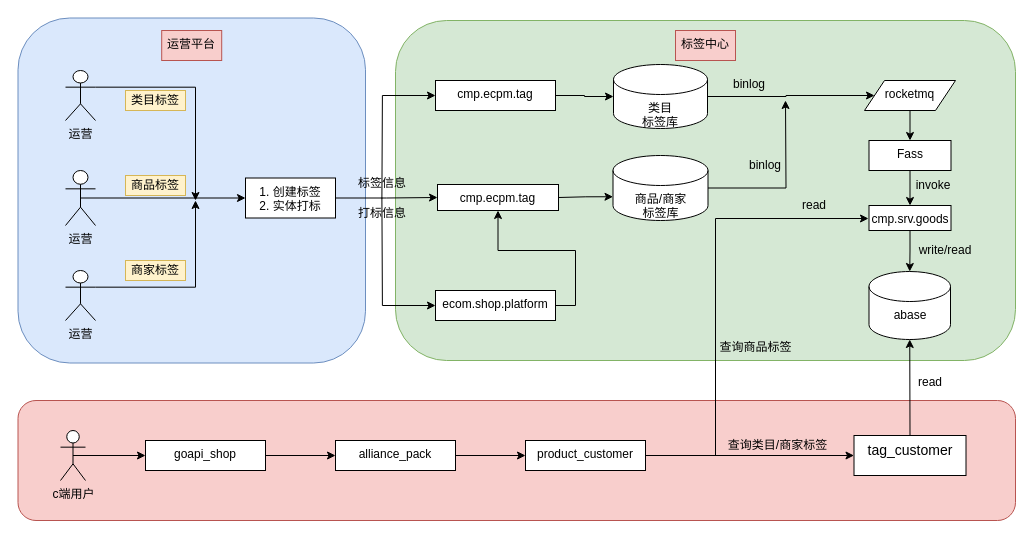
Above: 标签系统交互方式.drawio in wuwou/tools (draw.io), before the change. Source tidied: cells renumbered, new cells numbered last; positions are measured from the earlier drawing's top-left corner, leaving out a move shared by most shapes. Both pictures are drawn from the tidied source at 100%, with x=0, y=0 at pixel (17, 18).
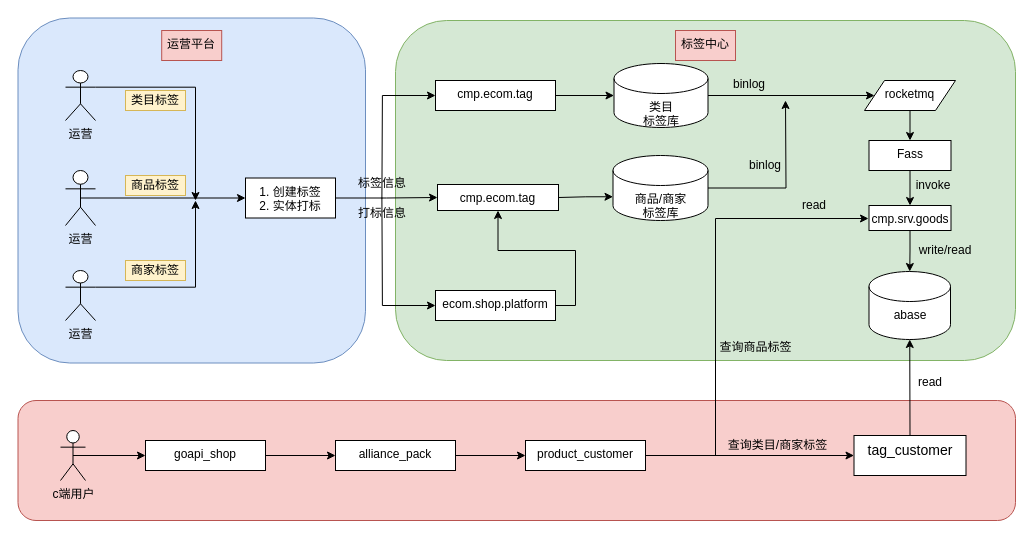
After the change.

Commit message:
Update 标签系统交互方式.drawio

Change to the diagram source:
```diff
@@
-    <mxCell id="19" value="cmp.ecpm.tag" style="rounded=0;whiteSpace=wrap;html=1;verticalAlign=top;" parent="1" vertex="1">
+    <mxCell id="19" value="cmp.ecom.tag" style="rounded=0;whiteSpace=wrap;html=1;verticalAlign=top;" parent="1" vertex="1">
       <mxGeometry x="418" y="62" width="120" height="30" as="geometry" />
     </mxCell>
-    <mxCell id="20" value="cmp.ecpm.tag" style="rounded=0;whiteSpace=wrap;html=1;verticalAlign=top;" parent="1" vertex="1">
+    <mxCell id="20" value="cmp.ecom.tag" style="rounded=0;whiteSpace=wrap;html=1;verticalAlign=top;" parent="1" vertex="1">
       <mxGeometry x="420" y="166" width="121" height="26" as="geometry" />
     </mxCell>
@@
     <mxCell id="25" value="类目&lt;br&gt;标签库" style="shape=cylinder3;whiteSpace=wrap;html=1;boundedLbl=1;backgroundOutline=1;size=15;verticalAlign=top;" parent="1" vertex="1">
-      <mxGeometry x="596" y="46" width="94" height="64" as="geometry" />
+      <mxGeometry x="596.5" y="45" width="94" height="64" as="geometry" />
     </mxCell>
```
